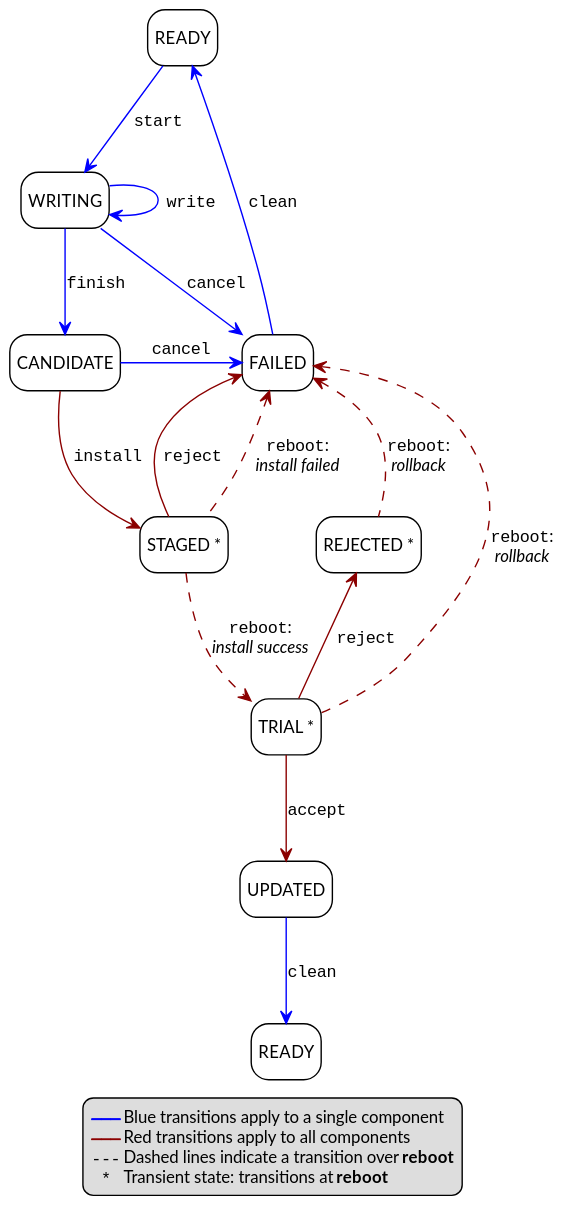
Earlier version of the PlantUML export doc/fwu/figure/states/default.svg (ARM-software/psa-api). Its source is kept beside it as doc/fwu/figure/states/default.puml. Source of this version:
```plantuml
@startuml

!include atg-spec.pumh

skinparam LegendFontSize 12

legend bottom
  <color:blue>--""———""--</color> Blue transitions apply to a single component
  <color:darkred>--""———""--</color> Red transitions apply to all components
  ""---"" Dashed lines indicate a transition over **reboot**
  "" * "" Transient state: transitions at **reboot**
end legend

state Start as "READY"
state Writing as "WRITING"
state Candidate as "CANDIDATE"
state Staged as "STAGED *"
state Failed as "FAILED"
state Rejected as "REJECTED *"
state Trial as "TRIAL *"
state Updated as "UPDATED"
state End as "READY"

Start -[#blue]-> Writing : ""start""
Writing -[#blue]-> Writing : ""write""
Writing -[#blue]-> Candidate : ""finish""
Writing -d[#blue]-> Failed : ""cancel""
Candidate -[#darkred]-> Staged : ""install""
Candidate -r[#blue]-> Failed : ""cancel""

Staged -[#darkred,dashed]-> Trial : ""reboot"":\n//install success//
Staged -u[#darkred,dashed]-> Failed : ""reboot"":\n//install failed//
Staged -u[#darkred]-> Failed : ""reject""

Trial -[#darkred]-> Updated : ""accept""

Failed -u[#blue]-> Start: ""clean""
Trial -u[#darkred]-> Rejected : ""reject""
Rejected -u[#darkred,dashed]-> Failed : ""reboot"":\n//rollback//

Trial -[#darkred,dashed,norank]-> Failed : ""reboot"":\n//rollback//

Updated -[#blue]-> End : ""clean""

@enduml
```
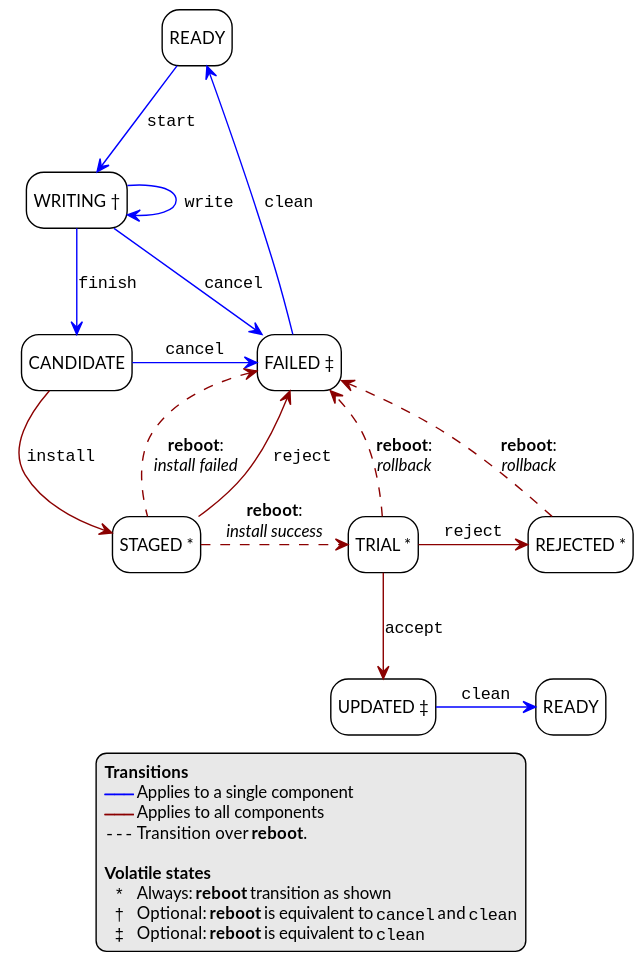
Above is the later version.

Change to the diagram source:
```diff
@@ -2,44 +2,47 @@
 
 !include atg-spec.pumh
 
-skinparam LegendFontSize 12
+legend
+  **Transitions**
+  <color:blue>--""———""--</color> Applies to a single component
+  <color:darkred>--""———""--</color> Applies to all components
+  ""---"" Transition over **reboot**.
 
-legend bottom
-  <color:blue>--""———""--</color> Blue transitions apply to a single component
-  <color:darkred>--""———""--</color> Red transitions apply to all components
-  ""---"" Dashed lines indicate a transition over **reboot**
-  "" * "" Transient state: transitions at **reboot**
+  **Volatile states**
+  "" * "" Always: **reboot** transition as shown
+  "" † "" Optional: **reboot** is equivalent to ""cancel"" and ""clean""
+  "" ‡ "" Optional: **reboot** is equivalent to ""clean""
 end legend
 
 state Start as "READY"
-state Writing as "WRITING"
+state Writing as "WRITING †"
 state Candidate as "CANDIDATE"
 state Staged as "STAGED *"
-state Failed as "FAILED"
+state Failed as "FAILED ‡"
 state Rejected as "REJECTED *"
 state Trial as "TRIAL *"
-state Updated as "UPDATED"
+state Updated as "UPDATED ‡"
 state End as "READY"
 
 Start -[#blue]-> Writing : ""start""
 Writing -[#blue]-> Writing : ""write""
 Writing -[#blue]-> Candidate : ""finish""
-Writing -d[#blue]-> Failed : ""cancel""
+Writing -[#blue]-> Failed : ""cancel""
 Candidate -[#darkred]-> Staged : ""install""
 Candidate -r[#blue]-> Failed : ""cancel""
 
-Staged -[#darkred,dashed]-> Trial : ""reboot"":\n//install success//
-Staged -u[#darkred,dashed]-> Failed : ""reboot"":\n//install failed//
+Staged -r[#darkred,dashed]-> Trial : **reboot**:\n//install success//
+Staged -u[#darkred,dashed]-> Failed : **reboot**:\n//install failed//
 Staged -u[#darkred]-> Failed : ""reject""
 
 Trial -[#darkred]-> Updated : ""accept""
 
 Failed -u[#blue]-> Start: ""clean""
-Trial -u[#darkred]-> Rejected : ""reject""
-Rejected -u[#darkred,dashed]-> Failed : ""reboot"":\n//rollback//
+Trial -r[#darkred]-> Rejected : ""reject""
+Rejected -u[#darkred,dashed]-> Failed : **reboot**:\n//rollback//
 
-Trial -[#darkred,dashed,norank]-> Failed : ""reboot"":\n//rollback//
+Trial -[#darkred,dashed]-> Failed : **reboot**:\n//rollback//
 
-Updated -[#blue]-> End : ""clean""
+Updated -r[#blue]-> End : ""clean""
 
 @enduml
```
